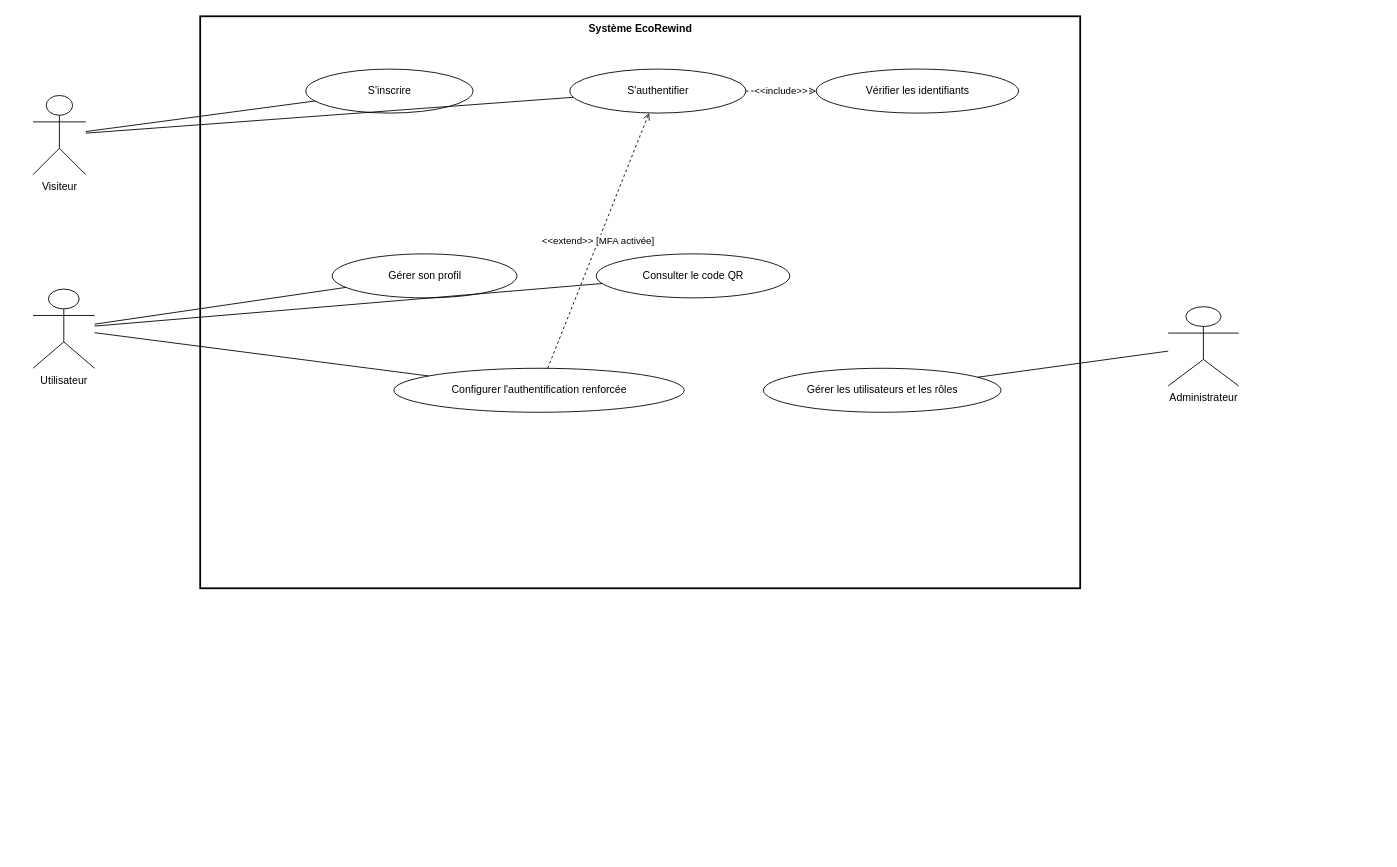
ahmedbs94/dechet keeps this draw.io diagram as usecase_sprint1_access.drawio. Above is the earlier version. Source tidied: cells renumbered, new cells numbered last; positions are measured from the earlier drawing's top-left corner, leaving out a move shared by most shapes. Both pictures are drawn from the tidied source at 88%, with x=0, y=0 at pixel (33, 16).
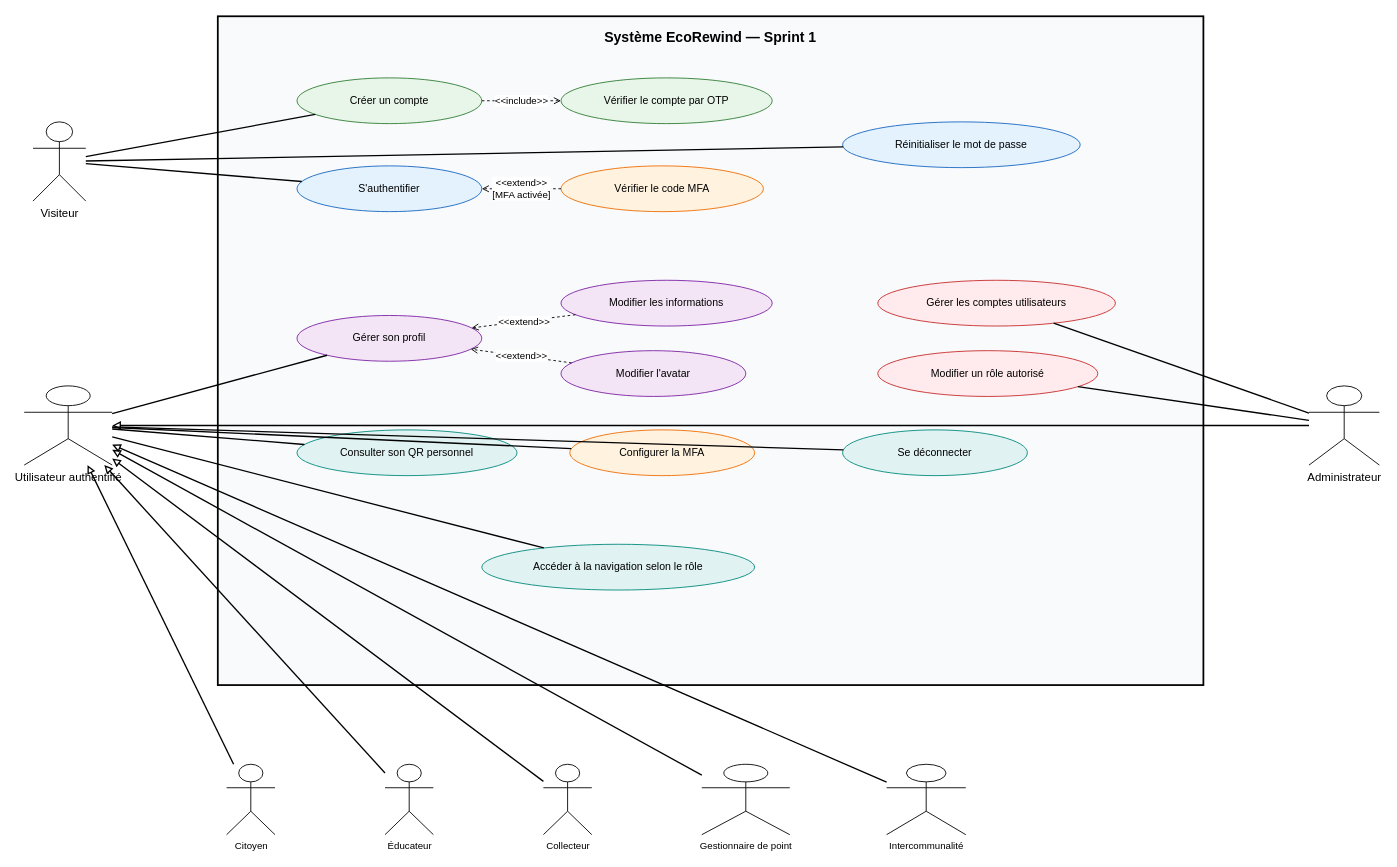
Above is the later version.

Commit message (it also covers changes not shown here):
docs: correct Release 1 use-case diagrams and add Sprint 1 class model

Diff of the diagram source:
```diff
@@
-    <mxCell id="2" value="&lt;b&gt;Système EcoRewind&lt;/b&gt;" style="rounded=0;html=1;verticalAlign=top;align=center;fontStyle=1;strokeWidth=2;" parent="1" vertex="1">
-      <mxGeometry x="190" width="1000" height="650" as="geometry" />
+    <mxCell id="2" value="&lt;b&gt;Système EcoRewind — Sprint 1&lt;/b&gt;" style="rounded=0;whiteSpace=wrap;html=1;verticalAlign=top;align=center;spacingTop=8;strokeWidth=2;fontSize=16;fillColor=#f8fafc;" parent="1" vertex="1">
+      <mxGeometry x="210" width="1120" height="760" as="geometry" />
     </mxCell>
-    <mxCell id="3" value="Visiteur" style="shape=umlActor;verticalLabelPosition=bottom;verticalAlign=top;html=1;" parent="1" vertex="1">
-      <mxGeometry y="90" width="60" height="90" as="geometry" />
+    <mxCell id="3" value="Visiteur" style="shape=umlActor;verticalLabelPosition=bottom;verticalAlign=top;html=1;fontSize=13;" parent="1" vertex="1">
+      <mxGeometry y="120" width="60" height="90" as="geometry" />
     </mxCell>
-    <mxCell id="4" value="Utilisateur" style="shape=umlActor;verticalLabelPosition=bottom;verticalAlign=top;html=1;" parent="1" vertex="1">
-      <mxGeometry y="310" width="70" height="90" as="geometry" />
-    </mxCell>
+    <mxCell id="21" value="Utilisateur authentifié" style="shape=umlActor;verticalLabelPosition=bottom;verticalAlign=top;html=1;fontSize=13;" parent="1" vertex="1">
+      <mxGeometry x="-10" y="420" width="100" height="90" as="geometry" />
+    </mxCell>
+    <mxCell id="22" value="Citoyen" style="shape=umlActor;verticalLabelPosition=bottom;verticalAlign=top;html=1;fontSize=11;" parent="1" vertex="1">
+      <mxGeometry x="220" y="850" width="55" height="80" as="geometry" />
+    </mxCell>
+    <mxCell id="23" value="Éducateur" style="shape=umlActor;verticalLabelPosition=bottom;verticalAlign=top;html=1;fontSize=11;" parent="1" vertex="1">
+      <mxGeometry x="400" y="850" width="55" height="80" as="geometry" />
+    </mxCell>
+    <mxCell id="24" value="Collecteur" style="shape=umlActor;verticalLabelPosition=bottom;verticalAlign=top;html=1;fontSize=11;" parent="1" vertex="1">
+      <mxGeometry x="580" y="850" width="55" height="80" as="geometry" />
+    </mxCell>
+    <mxCell id="25" value="Gestionnaire de point" style="shape=umlActor;verticalLabelPosition=bottom;verticalAlign=top;html=1;fontSize=11;" parent="1" vertex="1">
+      <mxGeometry x="760" y="850" width="100" height="80" as="geometry" />
+    </mxCell>
+    <mxCell id="26" value="Intercommunalité" style="shape=umlActor;verticalLabelPosition=bottom;verticalAlign=top;html=1;fontSize=11;" parent="1" vertex="1">
+      <mxGeometry x="970" y="850" width="90" height="80" as="geometry" />
+    </mxCell>
-    <mxCell id="5" value="Administrateur" style="shape=umlActor;verticalLabelPosition=bottom;verticalAlign=top;html=1;" parent="1" vertex="1">
-      <mxGeometry x="1290" y="330" width="80" height="90" as="geometry" />
+    <mxCell id="5" value="Administrateur" style="shape=umlActor;verticalLabelPosition=bottom;verticalAlign=top;html=1;fontSize=13;" parent="1" vertex="1">
+      <mxGeometry x="1450" y="420" width="80" height="90" as="geometry" />
     </mxCell>
-    <mxCell id="6" value="S'inscrire" style="ellipse;html=1;" parent="1" vertex="1">
-      <mxGeometry x="310" y="60" width="190" height="50" as="geometry" />
-    </mxCell>
+    <mxCell id="27" value="Créer un compte" style="ellipse;whiteSpace=wrap;html=1;fillColor=#e8f5e9;strokeColor=#2e7d32;fontSize=12;" parent="1" vertex="1">
+      <mxGeometry x="300" y="70" width="210" height="52" as="geometry" />
+    </mxCell>
+    <mxCell id="28" value="Vérifier le compte par OTP" style="ellipse;whiteSpace=wrap;html=1;fillColor=#e8f5e9;strokeColor=#2e7d32;fontSize=12;" parent="1" vertex="1">
+      <mxGeometry x="600" y="70" width="240" height="52" as="geometry" />
+    </mxCell>
-    <mxCell id="7" value="S'authentifier" style="ellipse;html=1;" parent="1" vertex="1">
-      <mxGeometry x="610" y="60" width="200" height="50" as="geometry" />
+    <mxCell id="7" value="S'authentifier" style="ellipse;whiteSpace=wrap;html=1;fillColor=#e3f2fd;strokeColor=#1565c0;fontSize=12;" parent="1" vertex="1">
+      <mxGeometry x="300" y="170" width="210" height="52" as="geometry" />
     </mxCell>
-    <mxCell id="8" value="Vérifier les identifiants" style="ellipse;html=1;" parent="1" vertex="1">
-      <mxGeometry x="890" y="60" width="230" height="50" as="geometry" />
-    </mxCell>
+    <mxCell id="11" value="Vérifier le code MFA" style="ellipse;whiteSpace=wrap;html=1;fillColor=#fff3e0;strokeColor=#ef6c00;fontSize=12;" parent="1" vertex="1">
+      <mxGeometry x="600" y="170" width="230" height="52" as="geometry" />
+    </mxCell>
+    <mxCell id="29" value="Réinitialiser le mot de passe" style="ellipse;whiteSpace=wrap;html=1;fillColor=#e3f2fd;strokeColor=#1565c0;fontSize=12;" parent="1" vertex="1">
+      <mxGeometry x="920" y="120" width="270" height="52" as="geometry" />
+    </mxCell>
-    <mxCell id="9" value="Gérer son profil" style="ellipse;html=1;" parent="1" vertex="1">
-      <mxGeometry x="340" y="270" width="210" height="50" as="geometry" />
+    <mxCell id="9" value="Gérer son profil" style="ellipse;whiteSpace=wrap;html=1;fillColor=#f3e5f5;strokeColor=#7b1fa2;fontSize=12;" parent="1" vertex="1">
+      <mxGeometry x="300" y="340" width="210" height="52" as="geometry" />
     </mxCell>
+    <mxCell id="30" value="Modifier les informations" style="ellipse;whiteSpace=wrap;html=1;fillColor=#f3e5f5;strokeColor=#7b1fa2;fontSize=12;" parent="1" vertex="1">
+      <mxGeometry x="600" y="300" width="240" height="52" as="geometry" />
+    </mxCell>
+    <mxCell id="31" value="Modifier l'avatar" style="ellipse;whiteSpace=wrap;html=1;fillColor=#f3e5f5;strokeColor=#7b1fa2;fontSize=12;" parent="1" vertex="1">
+      <mxGeometry x="600" y="380" width="210" height="52" as="geometry" />
+    </mxCell>
-    <mxCell id="10" value="Consulter le code QR" style="ellipse;html=1;" parent="1" vertex="1">
-      <mxGeometry x="640" y="270" width="220" height="50" as="geometry" />
+    <mxCell id="10" value="Consulter son QR personnel" style="ellipse;whiteSpace=wrap;html=1;fillColor=#e0f2f1;strokeColor=#00897b;fontSize=12;" parent="1" vertex="1">
+      <mxGeometry x="300" y="470" width="250" height="52" as="geometry" />
     </mxCell>
-    <mxCell id="11" value="Configurer l'authentification renforcée" style="ellipse;html=1;" parent="1" vertex="1">
-      <mxGeometry x="410" y="400" width="330" height="50" as="geometry" />
-    </mxCell>
+    <mxCell id="32" value="Configurer la MFA" style="ellipse;whiteSpace=wrap;html=1;fillColor=#fff3e0;strokeColor=#ef6c00;fontSize=12;" parent="1" vertex="1">
+      <mxGeometry x="610" y="470" width="210" height="52" as="geometry" />
+    </mxCell>
+    <mxCell id="33" value="Se déconnecter" style="ellipse;whiteSpace=wrap;html=1;fillColor=#e0f2f1;strokeColor=#00897b;fontSize=12;" parent="1" vertex="1">
+      <mxGeometry x="920" y="470" width="210" height="52" as="geometry" />
+    </mxCell>
+    <mxCell id="34" value="Accéder à la navigation selon le rôle" style="ellipse;whiteSpace=wrap;html=1;fillColor=#e0f2f1;strokeColor=#00897b;fontSize=12;" parent="1" vertex="1">
+      <mxGeometry x="510" y="600" width="310" height="52" as="geometry" />
+    </mxCell>
+    <mxCell id="35" value="Gérer les comptes utilisateurs" style="ellipse;whiteSpace=wrap;html=1;fillColor=#ffebee;strokeColor=#c62828;fontSize=12;" parent="1" vertex="1">
+      <mxGeometry x="960" y="300" width="270" height="52" as="geometry" />
+    </mxCell>
-    <mxCell id="12" value="Gérer les utilisateurs et les rôles" style="ellipse;html=1;" parent="1" vertex="1">
-      <mxGeometry x="830" y="400" width="270" height="50" as="geometry" />
+    <mxCell id="12" value="Modifier un rôle autorisé" style="ellipse;whiteSpace=wrap;html=1;fillColor=#ffebee;strokeColor=#c62828;fontSize=12;" parent="1" vertex="1">
+      <mxGeometry x="960" y="380" width="250" height="52" as="geometry" />
     </mxCell>
-    <mxCell id="13" style="endArrow=none;html=1;" parent="1" edge="1" source="3" target="6">
-      <mxGeometry relative="1" as="geometry" />
-    </mxCell>
+    <mxCell id="36" style="endArrow=none;html=1;strokeWidth=1.5;" parent="1" edge="1" source="3" target="27">
+      <mxGeometry relative="1" as="geometry" />
+    </mxCell>
-    <mxCell id="14" style="endArrow=none;html=1;" parent="1" edge="1" source="3" target="7">
+    <mxCell id="14" style="endArrow=none;html=1;strokeWidth=1.5;" parent="1" edge="1" source="3" target="7">
       <mxGeometry relative="1" as="geometry" />
     </mxCell>
-    <mxCell id="15" style="endArrow=none;html=1;" parent="1" edge="1" source="4" target="9">
-      <mxGeometry relative="1" as="geometry" />
-    </mxCell>
-    <mxCell id="16" style="endArrow=none;html=1;" parent="1" edge="1" source="4" target="10">
-      <mxGeometry relative="1" as="geometry" />
-    </mxCell>
-    <mxCell id="17" style="endArrow=none;html=1;" parent="1" edge="1" source="4" target="11">
-      <mxGeometry relative="1" as="geometry" />
-    </mxCell>
+    <mxCell id="37" style="endArrow=none;html=1;strokeWidth=1.5;" parent="1" edge="1" source="3" target="29">
+      <mxGeometry relative="1" as="geometry" />
+    </mxCell>
+    <mxCell id="38" style="endArrow=none;html=1;strokeWidth=1.5;" parent="1" edge="1" source="21" target="9">
+      <mxGeometry relative="1" as="geometry" />
+    </mxCell>
+    <mxCell id="39" style="endArrow=none;html=1;strokeWidth=1.5;" parent="1" edge="1" source="21" target="10">
+      <mxGeometry relative="1" as="geometry" />
+    </mxCell>
+    <mxCell id="40" style="endArrow=none;html=1;strokeWidth=1.5;" parent="1" edge="1" source="21" target="32">
+      <mxGeometry relative="1" as="geometry" />
+    </mxCell>
+    <mxCell id="41" style="endArrow=none;html=1;strokeWidth=1.5;" parent="1" edge="1" source="21" target="33">
+      <mxGeometry relative="1" as="geometry" />
+    </mxCell>
+    <mxCell id="42" style="endArrow=none;html=1;strokeWidth=1.5;" parent="1" edge="1" source="21" target="34">
+      <mxGeometry relative="1" as="geometry" />
+    </mxCell>
+    <mxCell id="43" style="endArrow=none;html=1;strokeWidth=1.5;" parent="1" edge="1" source="5" target="35">
+      <mxGeometry relative="1" as="geometry" />
+    </mxCell>
-    <mxCell id="18" style="endArrow=none;html=1;" parent="1" edge="1" source="5" target="12">
+    <mxCell id="18" style="endArrow=none;html=1;strokeWidth=1.5;" parent="1" edge="1" source="5" target="12">
       <mxGeometry relative="1" as="geometry" />
     </mxCell>
-    <mxCell id="19" value="&amp;lt;&amp;lt;include&amp;gt;&amp;gt;" style="dashed=1;endArrow=open;html=1;" parent="1" edge="1" source="7" target="8">
+    <mxCell id="19" value="&amp;lt;&amp;lt;include&amp;gt;&amp;gt;" style="dashed=1;endArrow=open;html=1;fontSize=11;" parent="1" edge="1" source="27" target="28">
       <mxGeometry relative="1" as="geometry" />
     </mxCell>
-    <mxCell id="20" value="&amp;lt;&amp;lt;extend&amp;gt;&amp;gt; [MFA activée]" style="dashed=1;endArrow=open;html=1;" parent="1" edge="1" source="11" target="7">
+    <mxCell id="20" value="&amp;lt;&amp;lt;extend&amp;gt;&amp;gt;&lt;br&gt;[MFA activée]" style="dashed=1;endArrow=open;html=1;fontSize=11;" parent="1" edge="1" source="11" target="7">
       <mxGeometry relative="1" as="geometry" />
     </mxCell>
+    <mxCell id="44" value="&amp;lt;&amp;lt;extend&amp;gt;&amp;gt;" style="dashed=1;endArrow=open;html=1;fontSize=11;" parent="1" edge="1" source="30" target="9">
+      <mxGeometry relative="1" as="geometry" />
+    </mxCell>
+    <mxCell id="45" value="&amp;lt;&amp;lt;extend&amp;gt;&amp;gt;" style="dashed=1;endArrow=open;html=1;fontSize=11;" parent="1" edge="1" source="31" target="9">
+      <mxGeometry relative="1" as="geometry" />
+    </mxCell>
+    <mxCell id="46" style="endArrow=block;endFill=0;html=1;strokeWidth=1.5;" parent="1" edge="1" source="22" target="21">
+      <mxGeometry relative="1" as="geometry" />
+    </mxCell>
+    <mxCell id="47" style="endArrow=block;endFill=0;html=1;strokeWidth=1.5;" parent="1" edge="1" source="23" target="21">
+      <mxGeometry relative="1" as="geometry" />
+    </mxCell>
+    <mxCell id="48" style="endArrow=block;endFill=0;html=1;strokeWidth=1.5;" parent="1" edge="1" source="24" target="21">
+      <mxGeometry relative="1" as="geometry" />
+    </mxCell>
+    <mxCell id="49" style="endArrow=block;endFill=0;html=1;strokeWidth=1.5;" parent="1" edge="1" source="25" target="21">
+      <mxGeometry relative="1" as="geometry" />
+    </mxCell>
+    <mxCell id="50" style="endArrow=block;endFill=0;html=1;strokeWidth=1.5;" parent="1" edge="1" source="26" target="21">
+      <mxGeometry relative="1" as="geometry" />
+    </mxCell>
+    <mxCell id="51" style="endArrow=block;endFill=0;html=1;strokeWidth=1.5;" parent="1" edge="1" source="5" target="21">
+      <mxGeometry relative="1" as="geometry" />
+    </mxCell>
```
